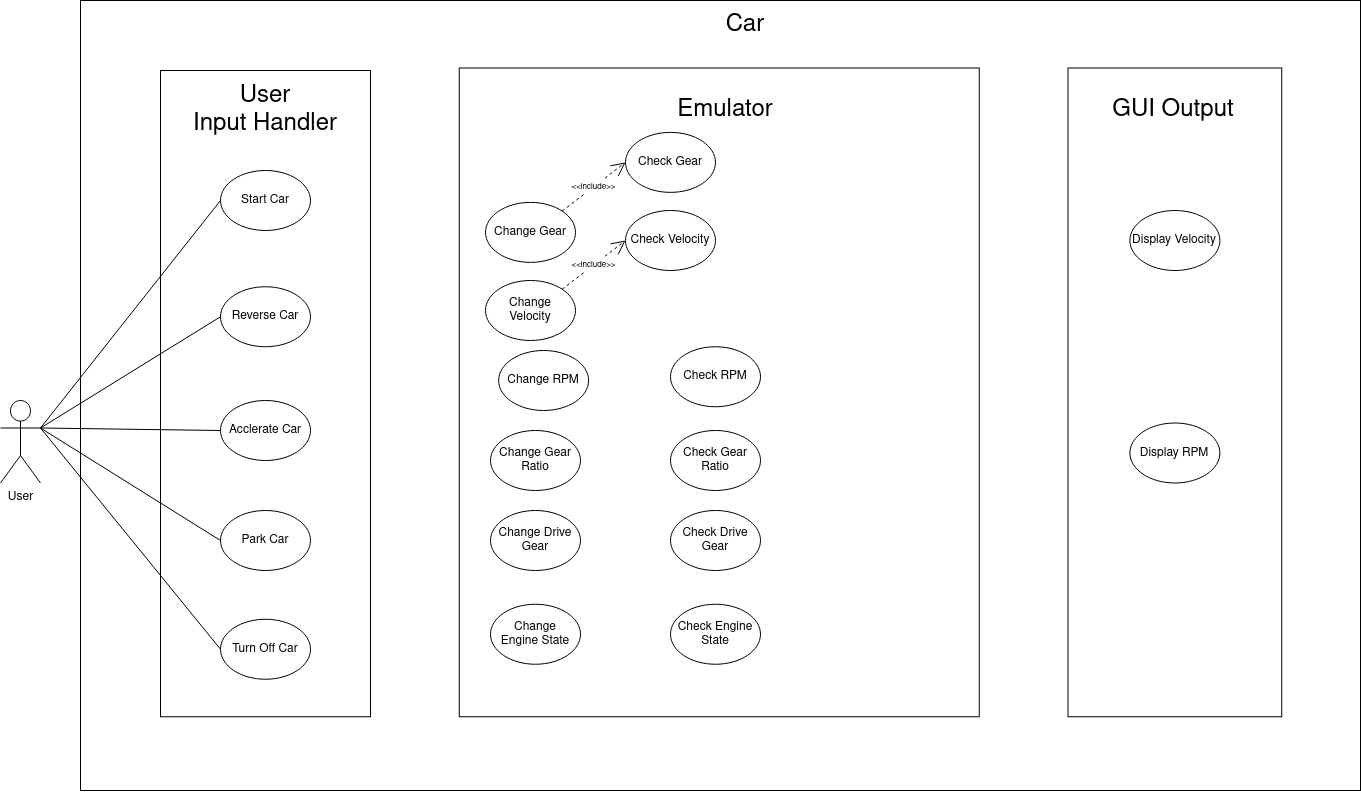
This is docs/Untitled Diagram.drawio.png from MatthewYung0/volvo-boot-camp-2022-smokey-lab, a draw.io export, as it was before one commit. Source tidied: cells renumbered, new cells last; positions are measured from the earlier drawing's top-left corner, leaving out a move shared by most shapes. The source it was exported from:
```xml
<mxGraphModel>
  <root>
    <mxCell id="0" />
    <mxCell id="1" parent="0" />
    <mxCell id="2" style="rounded=0;whiteSpace=wrap;html=1;fontSize=12;" parent="1" vertex="1">
      <mxGeometry x="138" width="1280" height="790" as="geometry" />
    </mxCell>
    <mxCell id="3" value="&lt;font style=&quot;font-size: 24px&quot;&gt;Car&lt;/font&gt;" style="text;html=1;strokeColor=none;fillColor=none;align=center;verticalAlign=middle;whiteSpace=wrap;rounded=0;fontSize=12;" parent="1" vertex="1">
      <mxGeometry x="773" y="10" width="60" height="30" as="geometry" />
    </mxCell>
    <mxCell id="4" value="&lt;div&gt;User&lt;/div&gt;" style="shape=umlActor;verticalLabelPosition=bottom;verticalAlign=top;html=1;outlineConnect=0;fontSize=12;" parent="1" vertex="1">
      <mxGeometry x="58" y="400" width="40" height="82.5" as="geometry" />
    </mxCell>
    <mxCell id="5" style="rounded=0;whiteSpace=wrap;html=1;fontSize=24;rotation=-90;" parent="1" vertex="1">
      <mxGeometry x="-0.1" y="288.1" width="646.2" height="210" as="geometry" />
    </mxCell>
    <mxCell id="6" value="&lt;font style=&quot;font-size: 12px&quot;&gt;Start Car&lt;br&gt;&lt;/font&gt;" style="ellipse;whiteSpace=wrap;html=1;" parent="1" vertex="1">
      <mxGeometry x="278" y="170" width="90" height="60" as="geometry" />
    </mxCell>
    <mxCell id="7" value="&lt;font style=&quot;font-size: 12px&quot;&gt;Reverse Car&lt;br&gt;&lt;/font&gt;" style="ellipse;whiteSpace=wrap;html=1;" parent="1" vertex="1">
      <mxGeometry x="278" y="286.2" width="90" height="60" as="geometry" />
    </mxCell>
    <mxCell id="8" value="&lt;font style=&quot;font-size: 12px&quot;&gt;Acclerate Car&lt;br&gt;&lt;/font&gt;" style="ellipse;whiteSpace=wrap;html=1;" parent="1" vertex="1">
      <mxGeometry x="278" y="400" width="90" height="60" as="geometry" />
    </mxCell>
    <mxCell id="9" value="&lt;font style=&quot;font-size: 12px&quot;&gt;Turn Off Car&lt;br&gt;&lt;/font&gt;" style="ellipse;whiteSpace=wrap;html=1;" parent="1" vertex="1">
      <mxGeometry x="278" y="618.8" width="90" height="60" as="geometry" />
    </mxCell>
    <mxCell id="10" style="endArrow=none;html=1;rounded=0;fontSize=24;exitX=1;exitY=0.3333333333333333;exitDx=0;exitDy=0;exitPerimeter=0;entryX=0;entryY=0.5;entryDx=0;entryDy=0;" parent="1" edge="1" source="4" target="6">
      <mxGeometry relative="1" as="geometry" />
    </mxCell>
    <mxCell id="11" style="endArrow=none;html=1;rounded=0;fontSize=24;exitX=1;exitY=0.3333333333333333;exitDx=0;exitDy=0;exitPerimeter=0;entryX=0;entryY=0.5;entryDx=0;entryDy=0;" parent="1" edge="1" source="4" target="7">
      <mxGeometry relative="1" as="geometry" />
    </mxCell>
    <mxCell id="12" style="endArrow=none;html=1;rounded=0;fontSize=24;exitX=1;exitY=0.3333333333333333;exitDx=0;exitDy=0;exitPerimeter=0;entryX=0;entryY=0.5;entryDx=0;entryDy=0;" parent="1" edge="1" source="4" target="8">
      <mxGeometry relative="1" as="geometry" />
    </mxCell>
    <mxCell id="13" style="endArrow=none;html=1;rounded=0;fontSize=24;entryX=0;entryY=0.5;entryDx=0;entryDy=0;exitX=1;exitY=0.3333333333333333;exitDx=0;exitDy=0;exitPerimeter=0;" parent="1" edge="1" source="4" target="9">
      <mxGeometry relative="1" as="geometry" />
    </mxCell>
    <mxCell id="14" value="&lt;div&gt;&lt;font style=&quot;font-size: 24px&quot;&gt;User &lt;br&gt;&lt;/font&gt;&lt;/div&gt;&lt;div&gt;&lt;font style=&quot;font-size: 24px&quot;&gt;Input Handler&lt;/font&gt;&lt;/div&gt;" style="text;html=1;strokeColor=none;fillColor=none;align=center;verticalAlign=middle;whiteSpace=wrap;rounded=0;fontSize=12;" parent="1" vertex="1">
      <mxGeometry x="218" y="70" width="210" height="80" as="geometry" />
    </mxCell>
    <mxCell id="15" style="rounded=0;whiteSpace=wrap;html=1;fontSize=24;rotation=-90;" parent="1" vertex="1">
      <mxGeometry x="452.4" y="131.9" width="648.8" height="520" as="geometry" />
    </mxCell>
    <mxCell id="16" value="&lt;div&gt;Check Gear&lt;/div&gt;" style="ellipse;whiteSpace=wrap;html=1;" parent="1" vertex="1">
      <mxGeometry x="683" y="131.9" width="90" height="60" as="geometry" />
    </mxCell>
    <mxCell id="17" value="&lt;div&gt;Check Velocity&lt;br&gt;&lt;/div&gt;" style="ellipse;whiteSpace=wrap;html=1;" parent="1" vertex="1">
      <mxGeometry x="683" y="210" width="90" height="60" as="geometry" />
    </mxCell>
    <mxCell id="18" value="&lt;div&gt;Check Drive Gear&lt;br&gt;&lt;/div&gt;" style="ellipse;whiteSpace=wrap;html=1;" parent="1" vertex="1">
      <mxGeometry x="728" y="510" width="90" height="60" as="geometry" />
    </mxCell>
    <mxCell id="19" value="&lt;div&gt;Check RPM&lt;br&gt;&lt;/div&gt;" style="ellipse;whiteSpace=wrap;html=1;" parent="1" vertex="1">
      <mxGeometry x="728" y="346.2" width="90" height="60" as="geometry" />
    </mxCell>
    <mxCell id="20" value="&lt;div&gt;Check Gear Ratio&lt;br&gt;&lt;/div&gt;" style="ellipse;whiteSpace=wrap;html=1;" parent="1" vertex="1">
      <mxGeometry x="728" y="430" width="90" height="60" as="geometry" />
    </mxCell>
    <mxCell id="21" value="&lt;div&gt;Check Engine State&lt;br&gt;&lt;/div&gt;" style="ellipse;whiteSpace=wrap;html=1;" parent="1" vertex="1">
      <mxGeometry x="728" y="603.8" width="90" height="60" as="geometry" />
    </mxCell>
    <mxCell id="22" value="&lt;div&gt;Change &lt;br&gt;&lt;/div&gt;&lt;div&gt;Engine State&lt;br&gt;&lt;/div&gt;" style="ellipse;whiteSpace=wrap;html=1;" parent="1" vertex="1">
      <mxGeometry x="548" y="603.8" width="90" height="60" as="geometry" />
    </mxCell>
    <mxCell id="23" value="&lt;div&gt;Change Gear&lt;/div&gt;" style="ellipse;whiteSpace=wrap;html=1;" parent="1" vertex="1">
      <mxGeometry x="543" y="201.9" width="90" height="60" as="geometry" />
    </mxCell>
    <mxCell id="24" value="&lt;div&gt;Change Gear Ratio&lt;/div&gt;" style="ellipse;whiteSpace=wrap;html=1;" parent="1" vertex="1">
      <mxGeometry x="548" y="430" width="90" height="60" as="geometry" />
    </mxCell>
    <mxCell id="25" value="Change RPM" style="ellipse;whiteSpace=wrap;html=1;" parent="1" vertex="1">
      <mxGeometry x="556.1" y="350" width="90" height="60" as="geometry" />
    </mxCell>
    <mxCell id="26" value="&lt;div&gt;Change Drive Gear&lt;/div&gt;" style="ellipse;whiteSpace=wrap;html=1;" parent="1" vertex="1">
      <mxGeometry x="548" y="510" width="90" height="60" as="geometry" />
    </mxCell>
    <mxCell id="27" value="&lt;div&gt;Change &lt;br&gt;&lt;/div&gt;&lt;div&gt;Velocity&lt;/div&gt;" style="ellipse;whiteSpace=wrap;html=1;" parent="1" vertex="1">
      <mxGeometry x="543" y="280" width="90" height="60" as="geometry" />
    </mxCell>
    <mxCell id="28" style="rounded=0;whiteSpace=wrap;html=1;fontSize=24;rotation=-90;" parent="1" vertex="1">
      <mxGeometry x="908" y="285" width="648.8" height="213.8" as="geometry" />
    </mxCell>
    <mxCell id="29" value="Display RPM" style="ellipse;whiteSpace=wrap;html=1;" parent="1" vertex="1">
      <mxGeometry x="1187.4" y="422.5" width="90" height="60" as="geometry" />
    </mxCell>
    <mxCell id="30" value="Display Velocity" style="ellipse;whiteSpace=wrap;html=1;" parent="1" vertex="1">
      <mxGeometry x="1187.4" y="210" width="90" height="60" as="geometry" />
    </mxCell>
    <mxCell id="31" value="&lt;div&gt;Park Car&lt;/div&gt;" style="ellipse;whiteSpace=wrap;html=1;" parent="1" vertex="1">
      <mxGeometry x="278" y="510" width="90" height="60" as="geometry" />
    </mxCell>
    <mxCell id="32" style="endArrow=none;html=1;rounded=0;fontSize=12;exitX=1;exitY=0.3333333333333333;exitDx=0;exitDy=0;exitPerimeter=0;entryX=0;entryY=0.5;entryDx=0;entryDy=0;" parent="1" edge="1" source="4" target="31">
      <mxGeometry relative="1" as="geometry" />
    </mxCell>
    <mxCell id="33" value="&lt;div&gt;&lt;font style=&quot;font-size: 24px&quot;&gt;Emulator&lt;br&gt;&lt;/font&gt;&lt;/div&gt;" style="text;html=1;strokeColor=none;fillColor=none;align=center;verticalAlign=middle;whiteSpace=wrap;rounded=0;fontSize=12;" parent="1" vertex="1">
      <mxGeometry x="678" y="70" width="210" height="80" as="geometry" />
    </mxCell>
    <mxCell id="34" value="&lt;div&gt;&lt;font style=&quot;font-size: 24px&quot;&gt;GUI Output&lt;br&gt;&lt;/font&gt;&lt;/div&gt;" style="text;html=1;strokeColor=none;fillColor=none;align=center;verticalAlign=middle;whiteSpace=wrap;rounded=0;fontSize=12;" parent="1" vertex="1">
      <mxGeometry x="1126" y="70" width="210" height="80" as="geometry" />
    </mxCell>
    <mxCell id="35" value="&lt;font style=&quot;font-size: 8px&quot;&gt;&amp;lt;&amp;lt;include&amp;gt;&amp;gt;&lt;/font&gt;" style="endArrow=open;endSize=12;dashed=1;html=1;rounded=0;fontSize=12;exitX=1;exitY=0;exitDx=0;exitDy=0;entryX=0;entryY=0.5;entryDx=0;entryDy=0;" parent="1" edge="1" source="23" target="16">
      <mxGeometry relative="1" as="geometry" />
    </mxCell>
    <mxCell id="36" value="&lt;font style=&quot;font-size: 8px&quot;&gt;&amp;lt;&amp;lt;include&amp;gt;&amp;gt;&lt;/font&gt;" style="endArrow=open;endSize=12;dashed=1;html=1;rounded=0;fontSize=12;entryX=0;entryY=0.5;entryDx=0;entryDy=0;exitX=1;exitY=0;exitDx=0;exitDy=0;" parent="1" edge="1" source="27" target="17">
      <mxGeometry relative="1" as="geometry" />
    </mxCell>
  </root>
</mxGraphModel>
```
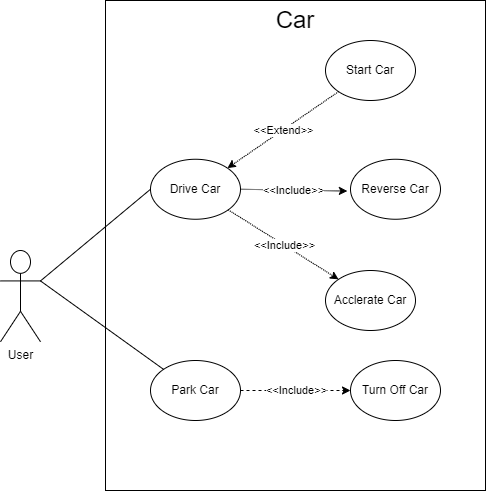
The same file after the commit.

What changed in the source:
```diff
@@ -2,110 +2,62 @@
   <root>
     <mxCell id="0" />
     <mxCell id="1" parent="0" />
-    <mxCell id="2" style="rounded=0;whiteSpace=wrap;html=1;fontSize=12;" parent="1" vertex="1">
-      <mxGeometry x="138" width="1280" height="790" as="geometry" />
-    </mxCell>
+    <mxCell id="37" style="rounded=0;whiteSpace=wrap;html=1;" parent="1" vertex="1">
+      <mxGeometry x="431" y="140" width="380" height="490" as="geometry" />
+    </mxCell>
     <mxCell id="3" value="&lt;font style=&quot;font-size: 24px&quot;&gt;Car&lt;/font&gt;" style="text;html=1;strokeColor=none;fillColor=none;align=center;verticalAlign=middle;whiteSpace=wrap;rounded=0;fontSize=12;" parent="1" vertex="1">
-      <mxGeometry x="773" y="10" width="60" height="30" as="geometry" />
+      <mxGeometry x="581" y="140" width="80" height="40" as="geometry" />
     </mxCell>
     <mxCell id="4" value="&lt;div&gt;User&lt;/div&gt;" style="shape=umlActor;verticalLabelPosition=bottom;verticalAlign=top;html=1;outlineConnect=0;fontSize=12;" parent="1" vertex="1">
-      <mxGeometry x="58" y="400" width="40" height="82.5" as="geometry" />
+      <mxGeometry x="326" y="390" width="40" height="91.2" as="geometry" />
     </mxCell>
-    <mxCell id="5" style="rounded=0;whiteSpace=wrap;html=1;fontSize=24;rotation=-90;" parent="1" vertex="1">
-      <mxGeometry x="-0.1" y="288.1" width="646.2" height="210" as="geometry" />
-    </mxCell>
     <mxCell id="6" value="&lt;font style=&quot;font-size: 12px&quot;&gt;Start Car&lt;br&gt;&lt;/font&gt;" style="ellipse;whiteSpace=wrap;html=1;" parent="1" vertex="1">
-      <mxGeometry x="278" y="170" width="90" height="60" as="geometry" />
+      <mxGeometry x="651" y="180" width="90" height="60" as="geometry" />
     </mxCell>
     <mxCell id="7" value="&lt;font style=&quot;font-size: 12px&quot;&gt;Reverse Car&lt;br&gt;&lt;/font&gt;" style="ellipse;whiteSpace=wrap;html=1;" parent="1" vertex="1">
-      <mxGeometry x="278" y="286.2" width="90" height="60" as="geometry" />
+      <mxGeometry x="676" y="298.8" width="90" height="60" as="geometry" />
     </mxCell>
     <mxCell id="8" value="&lt;font style=&quot;font-size: 12px&quot;&gt;Acclerate Car&lt;br&gt;&lt;/font&gt;" style="ellipse;whiteSpace=wrap;html=1;" parent="1" vertex="1">
-      <mxGeometry x="278" y="400" width="90" height="60" as="geometry" />
+      <mxGeometry x="651" y="410" width="90" height="60" as="geometry" />
     </mxCell>
     <mxCell id="9" value="&lt;font style=&quot;font-size: 12px&quot;&gt;Turn Off Car&lt;br&gt;&lt;/font&gt;" style="ellipse;whiteSpace=wrap;html=1;" parent="1" vertex="1">
-      <mxGeometry x="278" y="618.8" width="90" height="60" as="geometry" />
+      <mxGeometry x="676" y="500" width="90" height="60" as="geometry" />
     </mxCell>
-    <mxCell id="10" style="endArrow=none;html=1;rounded=0;fontSize=24;exitX=1;exitY=0.3333333333333333;exitDx=0;exitDy=0;exitPerimeter=0;entryX=0;entryY=0.5;entryDx=0;entryDy=0;" parent="1" edge="1" source="4" target="6">
-      <mxGeometry relative="1" as="geometry" />
-    </mxCell>
-    <mxCell id="11" style="endArrow=none;html=1;rounded=0;fontSize=24;exitX=1;exitY=0.3333333333333333;exitDx=0;exitDy=0;exitPerimeter=0;entryX=0;entryY=0.5;entryDx=0;entryDy=0;" parent="1" edge="1" source="4" target="7">
-      <mxGeometry relative="1" as="geometry" />
-    </mxCell>
-    <mxCell id="12" style="endArrow=none;html=1;rounded=0;fontSize=24;exitX=1;exitY=0.3333333333333333;exitDx=0;exitDy=0;exitPerimeter=0;entryX=0;entryY=0.5;entryDx=0;entryDy=0;" parent="1" edge="1" source="4" target="8">
-      <mxGeometry relative="1" as="geometry" />
-    </mxCell>
-    <mxCell id="13" style="endArrow=none;html=1;rounded=0;fontSize=24;entryX=0;entryY=0.5;entryDx=0;entryDy=0;exitX=1;exitY=0.3333333333333333;exitDx=0;exitDy=0;exitPerimeter=0;" parent="1" edge="1" source="4" target="9">
+    <mxCell id="13" style="endArrow=none;html=1;rounded=0;fontSize=24;entryX=0;entryY=0.5;entryDx=0;entryDy=0;exitX=1;exitY=0.3333333333333333;exitDx=0;exitDy=0;exitPerimeter=0;" parent="1" edge="1" source="4" target="38">
       <mxGeometry relative="1" as="geometry" />
     </mxCell>
-    <mxCell id="14" value="&lt;div&gt;&lt;font style=&quot;font-size: 24px&quot;&gt;User &lt;br&gt;&lt;/font&gt;&lt;/div&gt;&lt;div&gt;&lt;font style=&quot;font-size: 24px&quot;&gt;Input Handler&lt;/font&gt;&lt;/div&gt;" style="text;html=1;strokeColor=none;fillColor=none;align=center;verticalAlign=middle;whiteSpace=wrap;rounded=0;fontSize=12;" parent="1" vertex="1">
-      <mxGeometry x="218" y="70" width="210" height="80" as="geometry" />
-    </mxCell>
-    <mxCell id="15" style="rounded=0;whiteSpace=wrap;html=1;fontSize=24;rotation=-90;" parent="1" vertex="1">
-      <mxGeometry x="452.4" y="131.9" width="648.8" height="520" as="geometry" />
-    </mxCell>
-    <mxCell id="16" value="&lt;div&gt;Check Gear&lt;/div&gt;" style="ellipse;whiteSpace=wrap;html=1;" parent="1" vertex="1">
-      <mxGeometry x="683" y="131.9" width="90" height="60" as="geometry" />
-    </mxCell>
-    <mxCell id="17" value="&lt;div&gt;Check Velocity&lt;br&gt;&lt;/div&gt;" style="ellipse;whiteSpace=wrap;html=1;" parent="1" vertex="1">
-      <mxGeometry x="683" y="210" width="90" height="60" as="geometry" />
-    </mxCell>
-    <mxCell id="18" value="&lt;div&gt;Check Drive Gear&lt;br&gt;&lt;/div&gt;" style="ellipse;whiteSpace=wrap;html=1;" parent="1" vertex="1">
-      <mxGeometry x="728" y="510" width="90" height="60" as="geometry" />
-    </mxCell>
-    <mxCell id="19" value="&lt;div&gt;Check RPM&lt;br&gt;&lt;/div&gt;" style="ellipse;whiteSpace=wrap;html=1;" parent="1" vertex="1">
-      <mxGeometry x="728" y="346.2" width="90" height="60" as="geometry" />
-    </mxCell>
-    <mxCell id="20" value="&lt;div&gt;Check Gear Ratio&lt;br&gt;&lt;/div&gt;" style="ellipse;whiteSpace=wrap;html=1;" parent="1" vertex="1">
-      <mxGeometry x="728" y="430" width="90" height="60" as="geometry" />
-    </mxCell>
-    <mxCell id="21" value="&lt;div&gt;Check Engine State&lt;br&gt;&lt;/div&gt;" style="ellipse;whiteSpace=wrap;html=1;" parent="1" vertex="1">
-      <mxGeometry x="728" y="603.8" width="90" height="60" as="geometry" />
-    </mxCell>
-    <mxCell id="22" value="&lt;div&gt;Change &lt;br&gt;&lt;/div&gt;&lt;div&gt;Engine State&lt;br&gt;&lt;/div&gt;" style="ellipse;whiteSpace=wrap;html=1;" parent="1" vertex="1">
-      <mxGeometry x="548" y="603.8" width="90" height="60" as="geometry" />
-    </mxCell>
-    <mxCell id="23" value="&lt;div&gt;Change Gear&lt;/div&gt;" style="ellipse;whiteSpace=wrap;html=1;" parent="1" vertex="1">
-      <mxGeometry x="543" y="201.9" width="90" height="60" as="geometry" />
-    </mxCell>
-    <mxCell id="24" value="&lt;div&gt;Change Gear Ratio&lt;/div&gt;" style="ellipse;whiteSpace=wrap;html=1;" parent="1" vertex="1">
-      <mxGeometry x="548" y="430" width="90" height="60" as="geometry" />
-    </mxCell>
-    <mxCell id="25" value="Change RPM" style="ellipse;whiteSpace=wrap;html=1;" parent="1" vertex="1">
-      <mxGeometry x="556.1" y="350" width="90" height="60" as="geometry" />
-    </mxCell>
-    <mxCell id="26" value="&lt;div&gt;Change Drive Gear&lt;/div&gt;" style="ellipse;whiteSpace=wrap;html=1;" parent="1" vertex="1">
-      <mxGeometry x="548" y="510" width="90" height="60" as="geometry" />
-    </mxCell>
-    <mxCell id="27" value="&lt;div&gt;Change &lt;br&gt;&lt;/div&gt;&lt;div&gt;Velocity&lt;/div&gt;" style="ellipse;whiteSpace=wrap;html=1;" parent="1" vertex="1">
-      <mxGeometry x="543" y="280" width="90" height="60" as="geometry" />
-    </mxCell>
-    <mxCell id="28" style="rounded=0;whiteSpace=wrap;html=1;fontSize=24;rotation=-90;" parent="1" vertex="1">
-      <mxGeometry x="908" y="285" width="648.8" height="213.8" as="geometry" />
-    </mxCell>
-    <mxCell id="29" value="Display RPM" style="ellipse;whiteSpace=wrap;html=1;" parent="1" vertex="1">
-      <mxGeometry x="1187.4" y="422.5" width="90" height="60" as="geometry" />
-    </mxCell>
-    <mxCell id="30" value="Display Velocity" style="ellipse;whiteSpace=wrap;html=1;" parent="1" vertex="1">
-      <mxGeometry x="1187.4" y="210" width="90" height="60" as="geometry" />
-    </mxCell>
     <mxCell id="31" value="&lt;div&gt;Park Car&lt;/div&gt;" style="ellipse;whiteSpace=wrap;html=1;" parent="1" vertex="1">
-      <mxGeometry x="278" y="510" width="90" height="60" as="geometry" />
+      <mxGeometry x="476" y="500" width="90" height="60" as="geometry" />
     </mxCell>
+    <mxCell id="38" value="&lt;font style=&quot;font-size: 12px&quot;&gt;Drive Car&lt;br&gt;&lt;/font&gt;" style="ellipse;whiteSpace=wrap;html=1;" parent="1" vertex="1">
+      <mxGeometry x="476" y="298.8" width="90" height="60" as="geometry" />
+    </mxCell>
+    <mxCell id="39" style="endArrow=classic;html=1;rounded=0;exitX=0;exitY=1;exitDx=0;exitDy=0;entryX=1;entryY=0;entryDx=0;entryDy=0;dashed=1;dashPattern=1 1;" parent="1" edge="1" source="6" target="38">
+      <mxGeometry relative="1" as="geometry" />
+    </mxCell>
+    <mxCell id="40" value="&amp;lt;&amp;lt;Extend&amp;gt;&amp;gt;" style="edgeLabel;html=1;align=center;verticalAlign=middle;" parent="39" vertex="1">
+      <mxGeometry relative="1" as="geometry" />
+    </mxCell>
+    <mxCell id="41" style="endArrow=classic;html=1;rounded=0;entryX=-0.035;entryY=0.53;entryDx=0;entryDy=0;dashed=1;dashPattern=1 1;entryPerimeter=0;exitX=1;exitY=0.5;exitDx=0;exitDy=0;" parent="1" edge="1" source="38" target="7">
+      <mxGeometry relative="1" as="geometry" />
+    </mxCell>
+    <mxCell id="42" value="&amp;lt;&amp;lt;Include&amp;gt;&amp;gt;" style="edgeLabel;html=1;align=center;verticalAlign=middle;" parent="41" vertex="1">
+      <mxGeometry relative="1" as="geometry" />
+    </mxCell>
+    <mxCell id="43" style="endArrow=classic;html=1;rounded=0;entryX=0;entryY=0;entryDx=0;entryDy=0;dashed=1;dashPattern=1 1;" parent="1" edge="1" source="38" target="8">
+      <mxGeometry relative="1" as="geometry" />
+    </mxCell>
+    <mxCell id="44" value="&amp;lt;&amp;lt;Include&amp;gt;&amp;gt;" style="edgeLabel;html=1;align=center;verticalAlign=middle;" parent="43" vertex="1">
+      <mxGeometry relative="1" as="geometry" />
+    </mxCell>
-    <mxCell id="32" style="endArrow=none;html=1;rounded=0;fontSize=12;exitX=1;exitY=0.3333333333333333;exitDx=0;exitDy=0;exitPerimeter=0;entryX=0;entryY=0.5;entryDx=0;entryDy=0;" parent="1" edge="1" source="4" target="31">
+    <mxCell id="32" style="endArrow=none;html=1;rounded=0;exitX=1;exitY=0.3333333333333333;exitDx=0;exitDy=0;exitPerimeter=0;entryX=0;entryY=0;entryDx=0;entryDy=0;" parent="1" edge="1" source="4" target="31">
       <mxGeometry relative="1" as="geometry" />
     </mxCell>
-    <mxCell id="33" value="&lt;div&gt;&lt;font style=&quot;font-size: 24px&quot;&gt;Emulator&lt;br&gt;&lt;/font&gt;&lt;/div&gt;" style="text;html=1;strokeColor=none;fillColor=none;align=center;verticalAlign=middle;whiteSpace=wrap;rounded=0;fontSize=12;" parent="1" vertex="1">
-      <mxGeometry x="678" y="70" width="210" height="80" as="geometry" />
-    </mxCell>
-    <mxCell id="34" value="&lt;div&gt;&lt;font style=&quot;font-size: 24px&quot;&gt;GUI Output&lt;br&gt;&lt;/font&gt;&lt;/div&gt;" style="text;html=1;strokeColor=none;fillColor=none;align=center;verticalAlign=middle;whiteSpace=wrap;rounded=0;fontSize=12;" parent="1" vertex="1">
-      <mxGeometry x="1126" y="70" width="210" height="80" as="geometry" />
-    </mxCell>
-    <mxCell id="35" value="&lt;font style=&quot;font-size: 8px&quot;&gt;&amp;lt;&amp;lt;include&amp;gt;&amp;gt;&lt;/font&gt;" style="endArrow=open;endSize=12;dashed=1;html=1;rounded=0;fontSize=12;exitX=1;exitY=0;exitDx=0;exitDy=0;entryX=0;entryY=0.5;entryDx=0;entryDy=0;" parent="1" edge="1" source="23" target="16">
-      <mxGeometry relative="1" as="geometry" />
-    </mxCell>
-    <mxCell id="36" value="&lt;font style=&quot;font-size: 8px&quot;&gt;&amp;lt;&amp;lt;include&amp;gt;&amp;gt;&lt;/font&gt;" style="endArrow=open;endSize=12;dashed=1;html=1;rounded=0;fontSize=12;entryX=0;entryY=0.5;entryDx=0;entryDy=0;exitX=1;exitY=0;exitDx=0;exitDy=0;" parent="1" edge="1" source="27" target="17">
-      <mxGeometry relative="1" as="geometry" />
-    </mxCell>
+    <mxCell id="45" style="endArrow=classic;html=1;rounded=0;exitX=1;exitY=0.5;exitDx=0;exitDy=0;entryX=0;entryY=0.5;entryDx=0;entryDy=0;dashed=1;" parent="1" edge="1" source="31" target="9">
+      <mxGeometry relative="1" as="geometry" />
+    </mxCell>
+    <mxCell id="46" value="&amp;lt;&amp;lt;Include&amp;gt;&amp;gt;" style="edgeLabel;html=1;align=center;verticalAlign=middle;" parent="45" vertex="1">
+      <mxGeometry relative="1" as="geometry" />
+    </mxCell>
   </root>
 </mxGraphModel>
```
